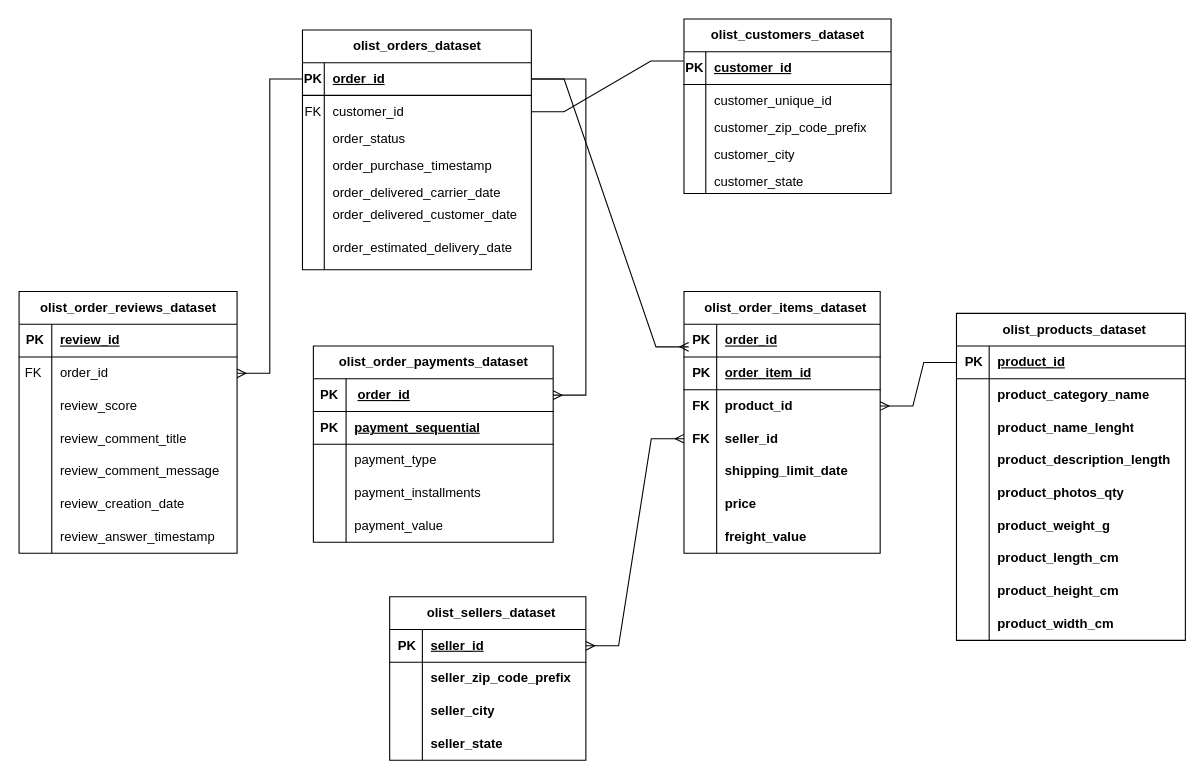
Earlier version of the draw.io diagram docs/oltp_olist.drawio (phamminhtoan318-max/etl_ecommerce_data). Source tidied: cells renumbered, new cells numbered last; positions are measured from the earlier drawing's top-left corner, leaving out a move shared by most shapes. Both pictures are drawn from the tidied source at 109%, with x=0, y=0 at pixel (19, 19).
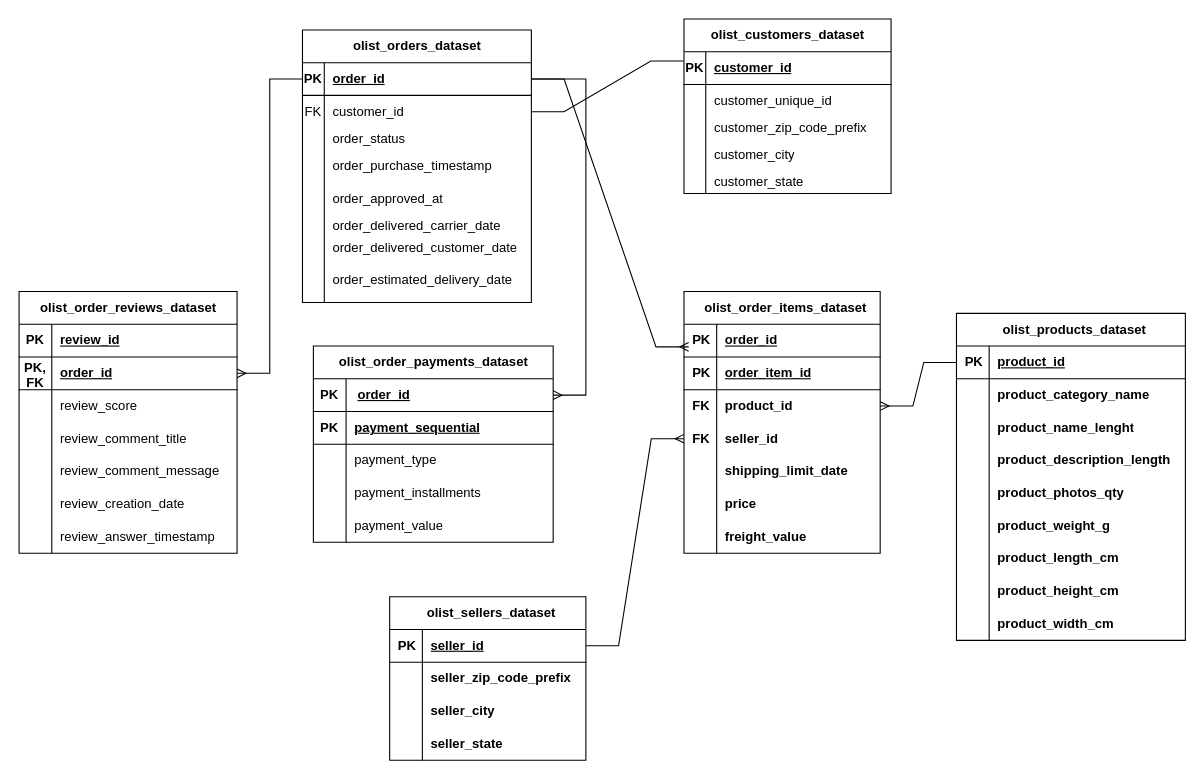
Above is the later version.

Commit message (it also covers changes not shown here):
fix(docs, extract): sync drawio ERD schema with DDL and isolate extract timing metric

Unchanged cells that the change refers to:
```xml
<mxCell id="56" value="olist_order_reviews_dataset" style="shape=table;startSize=30;childLayout=tableLayout;rowLines=0;fontStyle=1;align=center;html=1;" parent="1" vertex="1">
  <mxGeometry y="250" width="200" height="240" as="geometry" />
</mxCell>
<mxCell id="109" style="shape=tableRow;horizontal=0;startSize=0;swimlaneHead=0;swimlaneBody=0;fillColor=none;points=[[0,0.5],[1,0.5]];portConstraint=eastwest;top=0;left=0;right=0;bottom=1;strokeColor=default;align=left;verticalAlign=middle;spacingLeft=6;fontFamily=Helvetica;fontSize=12;fontColor=default;fontStyle=5;" parent="108" vertex="1">
  <mxGeometry y="30" width="180" height="30" as="geometry" />
</mxCell>
<mxCell id="132" style="shape=tableRow;horizontal=0;startSize=0;swimlaneHead=0;swimlaneBody=0;fillColor=none;points=[[0,0.5],[1,0.5]];portConstraint=eastwest;top=0;left=0;right=0;bottom=0;strokeColor=default;align=left;verticalAlign=middle;spacingLeft=6;fontFamily=Helvetica;fontSize=12;fontColor=default;fontStyle=5;" parent="122" vertex="1">
  <mxGeometry y="120" width="180" height="30" as="geometry" />
</mxCell>
```

The edit, as a diff of the source:
```diff
@@
     <mxCell id="34" value="olist_orders_dataset" style="shape=table;startSize=30;childLayout=tableLayout;rowLines=0;fontStyle=1;align=center;html=1;" parent="1" vertex="1">
-      <mxGeometry x="260" y="10" width="210" height="220" as="geometry" />
+      <mxGeometry x="260" y="10" width="210" height="250" as="geometry" />
     </mxCell>
@@
+    <mxCell id="147" style="shape=tableRow;horizontal=0;startSize=0;swimlaneHead=0;swimlaneBody=0;fillColor=none;top=0;left=0;right=0;bottom=0;" parent="34" vertex="1">
+      <mxGeometry y="140" width="210" height="30" as="geometry" />
+    </mxCell>
+    <mxCell id="148" style="shape=partialRectangle;fillColor=none;top=0;left=0;bottom=0;right=0;overflow=hidden;whiteSpace=wrap;html=1;" parent="147" vertex="1">
+      <mxGeometry width="20" height="30" as="geometry" />
+    </mxCell>
+    <mxCell id="149" value="order_approved_at" style="shape=partialRectangle;fillColor=none;top=0;left=0;bottom=0;right=0;align=left;spacingLeft=6;overflow=hidden;whiteSpace=wrap;html=1;" parent="147" vertex="1">
+      <mxGeometry x="20" width="190" height="30" as="geometry" />
+    </mxCell>
     <mxCell id="47" style="shape=tableRow;horizontal=0;startSize=0;swimlaneHead=0;swimlaneBody=0;fillColor=none;top=0;left=0;right=0;bottom=0;" parent="34" vertex="1">
-      <mxGeometry y="140" width="210" height="20" as="geometry" />
+      <mxGeometry y="170" width="210" height="20" as="geometry" />
     </mxCell>
@@
     <mxCell id="50" style="shape=tableRow;horizontal=0;startSize=0;swimlaneHead=0;swimlaneBody=0;fillColor=none;top=0;left=0;right=0;bottom=0;" parent="34" vertex="1">
-      <mxGeometry y="160" width="210" height="20" as="geometry" />
+      <mxGeometry y="190" width="210" height="20" as="geometry" />
     </mxCell>
@@
     <mxCell id="53" style="shape=tableRow;horizontal=0;startSize=0;swimlaneHead=0;swimlaneBody=0;fillColor=none;top=0;left=0;right=0;bottom=0;" parent="34" vertex="1">
-      <mxGeometry y="180" width="210" height="40" as="geometry" />
+      <mxGeometry y="210" width="210" height="40" as="geometry" />
     </mxCell>
@@
-    <mxCell id="60" style="shape=tableRow;horizontal=0;startSize=0;swimlaneHead=0;swimlaneBody=0;fillColor=none;points=[[0,0.5],[1,0.5]];portConstraint=eastwest;top=0;left=0;right=0;bottom=0;" parent="56" vertex="1">
+    <mxCell id="60" style="shape=tableRow;horizontal=0;startSize=0;swimlaneHead=0;swimlaneBody=0;fillColor=none;points=[[0,0.5],[1,0.5]];portConstraint=eastwest;top=0;left=0;right=0;bottom=1;" parent="56" vertex="1">
       <mxGeometry y="60" width="200" height="30" as="geometry" />
     </mxCell>
-    <mxCell id="61" value="FK&amp;nbsp;" style="shape=partialRectangle;fillColor=none;top=0;left=0;bottom=0;right=0;overflow=hidden;whiteSpace=wrap;html=1;" parent="60" vertex="1">
+    <mxCell id="61" value="PK, FK" style="shape=partialRectangle;fillColor=none;top=0;left=0;bottom=0;right=0;fontStyle=1;overflow=hidden;whiteSpace=wrap;html=1;" parent="60" vertex="1">
       <mxGeometry width="30" height="30" as="geometry" />
     </mxCell>
-    <mxCell id="62" value="order_id" style="shape=partialRectangle;fillColor=none;top=0;left=0;bottom=0;right=0;align=left;spacingLeft=6;overflow=hidden;whiteSpace=wrap;html=1;" parent="60" vertex="1">
+    <mxCell id="62" value="order_id" style="shape=partialRectangle;fillColor=none;top=0;left=0;bottom=0;right=0;align=left;spacingLeft=6;fontStyle=5;overflow=hidden;whiteSpace=wrap;html=1;" parent="60" vertex="1">
       <mxGeometry x="30" width="170" height="30" as="geometry" />
     </mxCell>
@@
-    <mxCell id="145" style="edgeStyle=entityRelationEdgeStyle;fontSize=12;html=1;endArrow=ERmany;startArrow=ERmany;rounded=0;entryX=0;entryY=0.5;entryDx=0;entryDy=0;" parent="1" edge="1" source="109" target="132">
+    <mxCell id="145" style="edgeStyle=entityRelationEdgeStyle;fontSize=12;html=1;endArrow=ERmany;startArrow=none;rounded=0;entryX=0;entryY=0.5;entryDx=0;entryDy=0;endFill=0;" parent="1" edge="1" source="109" target="132">
       <mxGeometry relative="1" as="geometry" />
     </mxCell>
```
